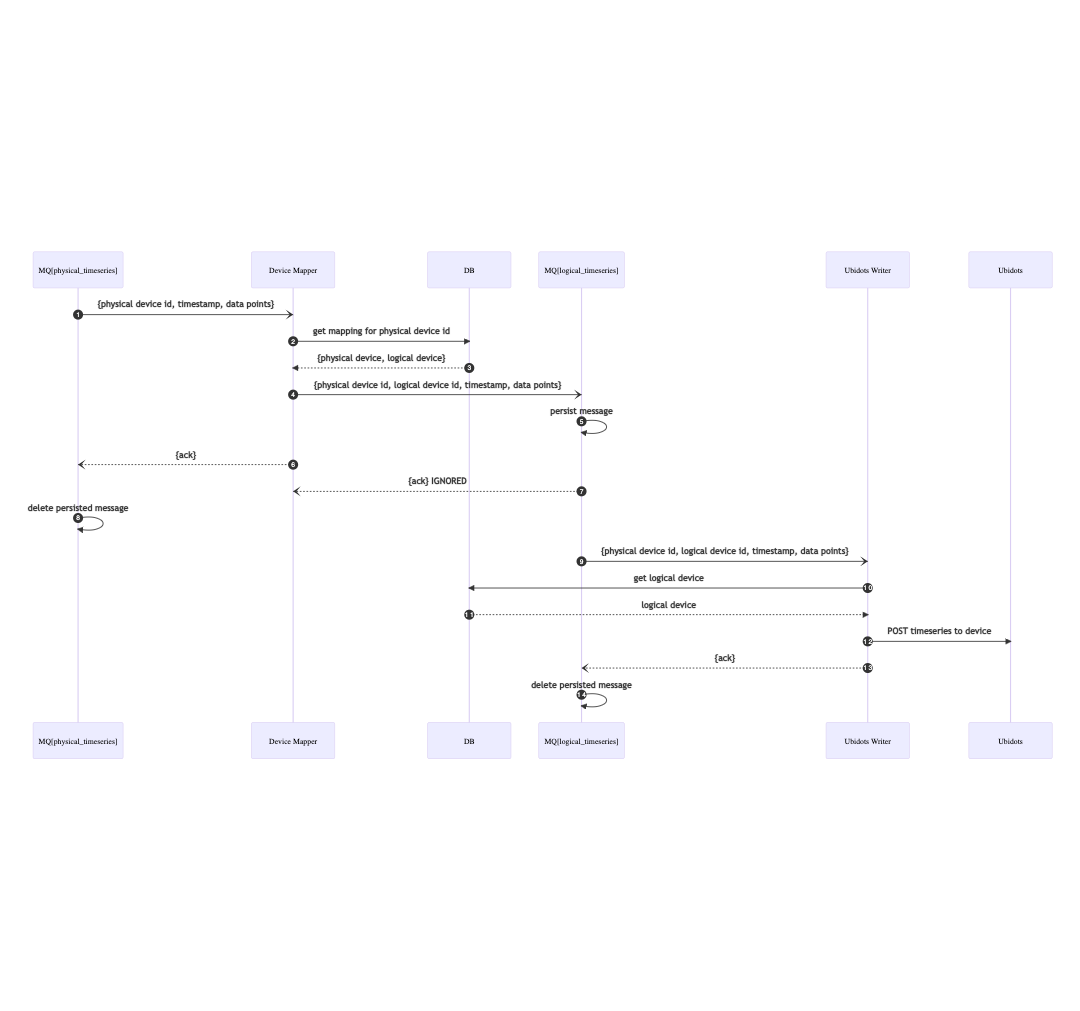
Before: doc/ttn_seq_2.png, a diagram exported from Mermaid (DPIclimate/broker). Its source is kept beside it as doc/ttn_seq_2.mmd. Its diagram source:
```mermaid
sequenceDiagram
    autonumber
    participant MQp as MQ[physical_timeseries]
    participant DM as Device Mapper
    participant DB
    participant MQl as MQ[logical_timeseries]
    MQp-)DM: {physical device id, timestamp, data points}
    DM->>DB: get mapping for physical device id
    DB-->>DM: {physical device, logical device}
    DM-)MQl: {physical device id, logical device id, timestamp, data points}
    MQl->>MQl: persist message
    DM--)MQp: {ack}
    MQl--)DM: {ack} IGNORED
    MQp->>MQp: delete persisted message
    MQl-)Ubidots Writer: {physical device id, logical device id, timestamp, data points}
    Ubidots Writer->>DB: get logical device
    DB-->>Ubidots Writer: logical device
    Ubidots Writer->>Ubidots: POST timeseries to device
    Ubidots Writer--)MQl: {ack}
    MQl->>MQl: delete persisted message
```
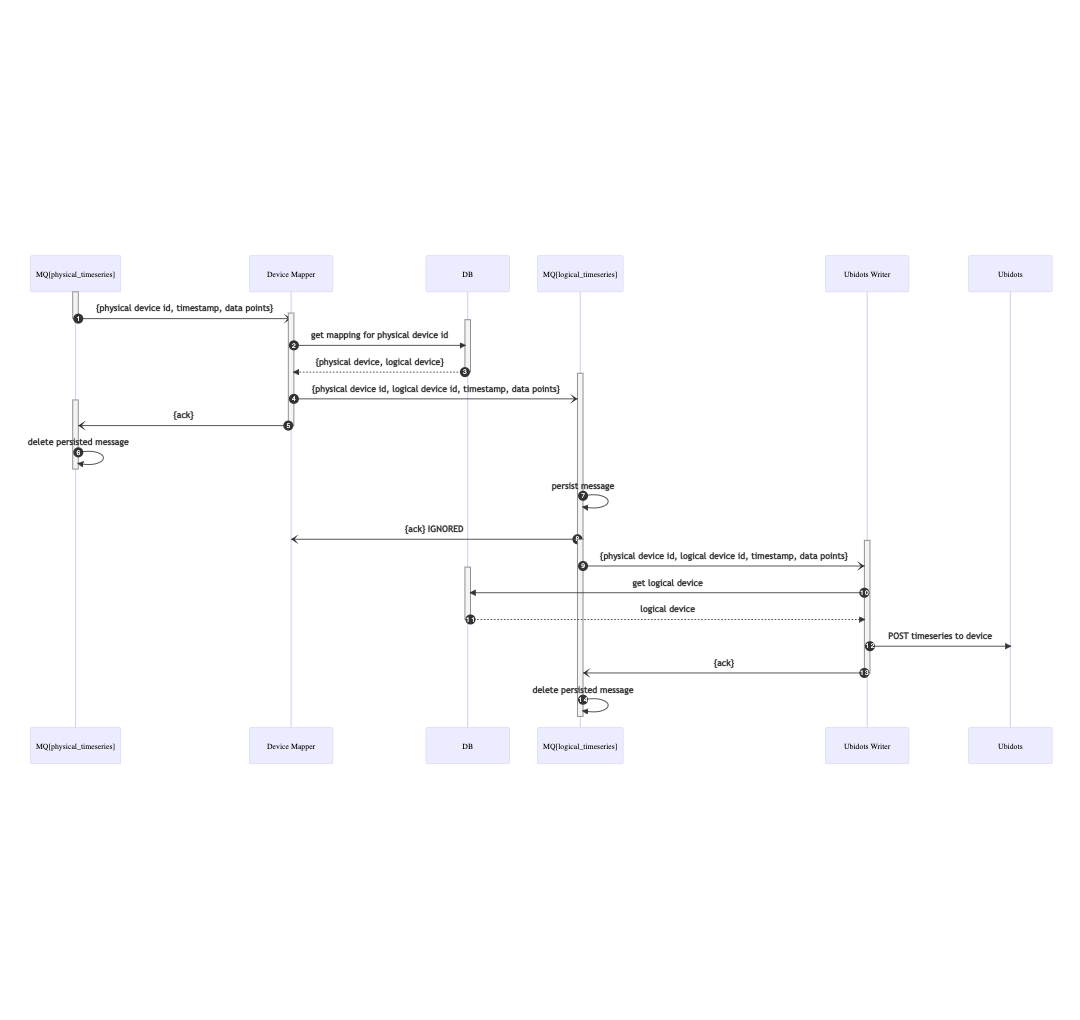
Later version of the same file.

Commit message:
Updated sequence diagrams.

The edit, as a diff of the source:
```diff
@@ -4,17 +4,34 @@
     participant DM as Device Mapper
     participant DB
     participant MQl as MQ[logical_timeseries]
+    participant ur as Ubidots Writer
+    activate MQp
     MQp-)DM: {physical device id, timestamp, data points}
+    activate DM
+    deactivate MQp
+    activate DB
     DM->>DB: get mapping for physical device id
     DB-->>DM: {physical device, logical device}
+    deactivate DB
+    activate MQl
     DM-)MQl: {physical device id, logical device id, timestamp, data points}
+    activate MQp
+    DM-)MQp: {ack}
+    deactivate DM
+    MQp->>MQp: delete persisted message
+    deactivate MQp
     MQl->>MQl: persist message
-    DM--)MQp: {ack}
-    MQl--)DM: {ack} IGNORED
-    MQp->>MQp: delete persisted message
-    MQl-)Ubidots Writer: {physical device id, logical device id, timestamp, data points}
-    Ubidots Writer->>DB: get logical device
-    DB-->>Ubidots Writer: logical device
-    Ubidots Writer->>Ubidots: POST timeseries to device
-    Ubidots Writer--)MQl: {ack}
+    MQl-)DM: {ack} IGNORED
+    deactivate MQl
+    activate MQl
+    activate ur
+    MQl-)ur: {physical device id, logical device id, timestamp, data points}
+    activate DB
+    ur->>DB: get logical device
+    DB-->>ur: logical device
+    deactivate DB
+    ur->>Ubidots: POST timeseries to device
+    ur-)MQl: {ack}
+    deactivate ur
     MQl->>MQl: delete persisted message
+    deactivate MQl
```
